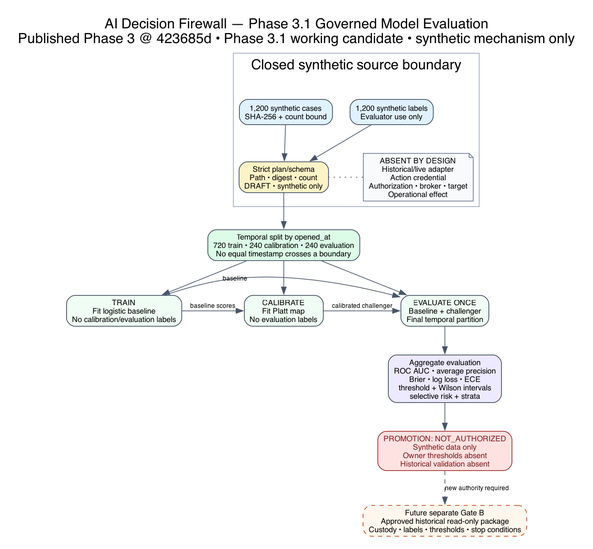
Above: docs/architecture/09_phase31_model_evaluation.png in redxking/ai-decision-firewall (Graphviz), before the change. Its source is kept beside it as docs/architecture/09_phase31_model_evaluation.dot.
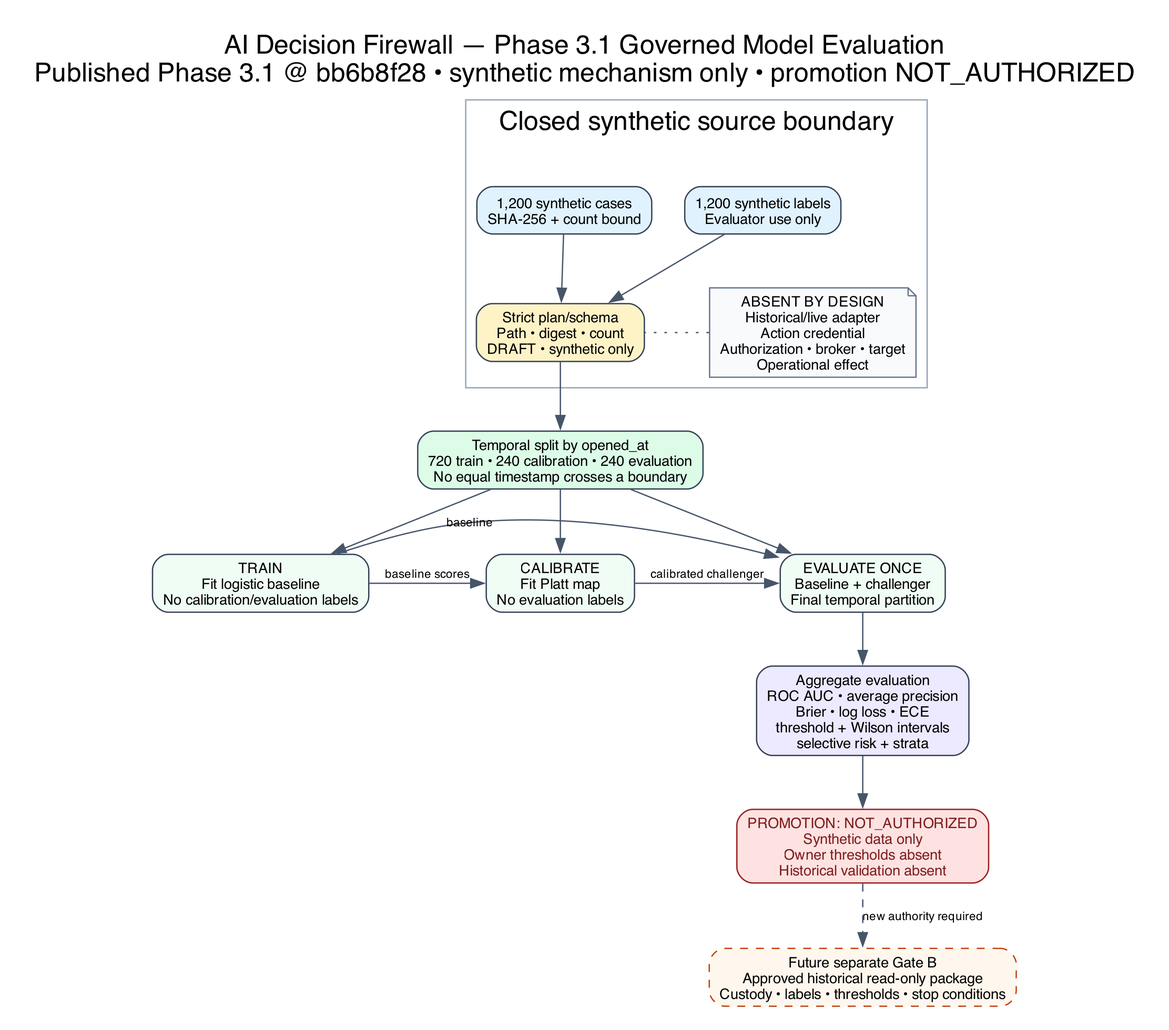
The same file after the commit.

Change to the diagram source:
```diff
@@ -1,6 +1,6 @@
 digraph phase31_model_evaluation {
   graph [
-    label="AI Decision Firewall — Phase 3.1 Governed Model Evaluation\nPublished Phase 3 @ 423685d • Phase 3.1 working candidate • synthetic mechanism only",
+    label="AI Decision Firewall — Phase 3.1 Governed Model Evaluation\nPublished Phase 3.1 @ bb6b8f28 • synthetic mechanism only • promotion NOT_AUTHORIZED",
     labelloc=t,
     fontsize=20,
     fontname="Helvetica",
```
